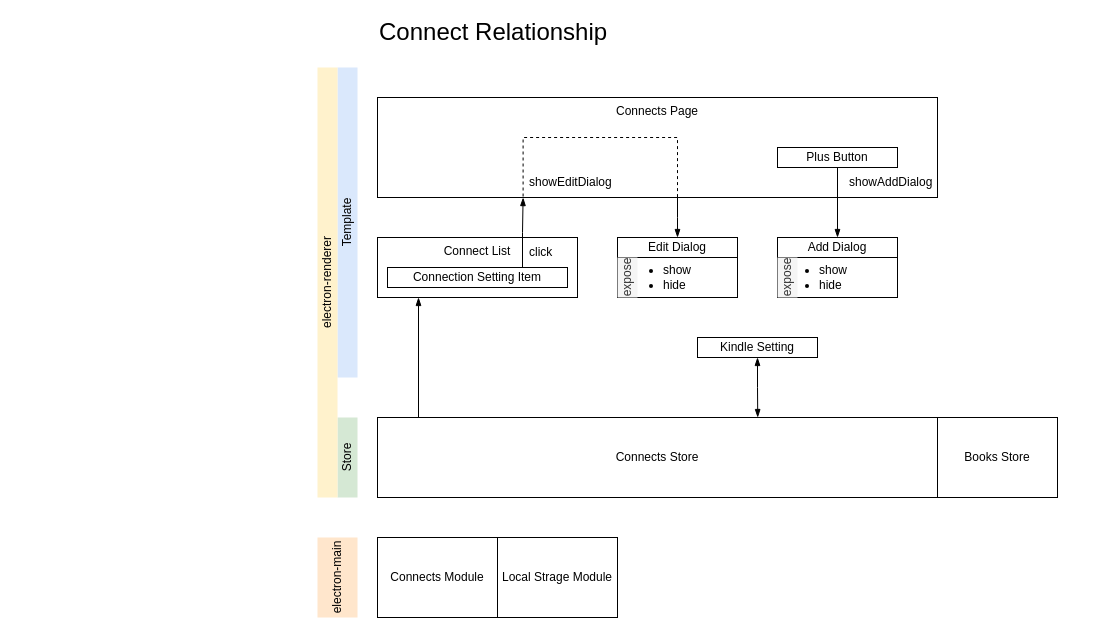
Above: doc/design/ConnectsPage.drawio in sway11466/bookrium (draw.io), before the change. Source tidied: cells renumbered, new cells numbered last; positions are measured from the earlier drawing's top-left corner, leaving out a move shared by most shapes. Both pictures are drawn from the tidied source at 100%, with x=0, y=0 at pixel (317, 17).
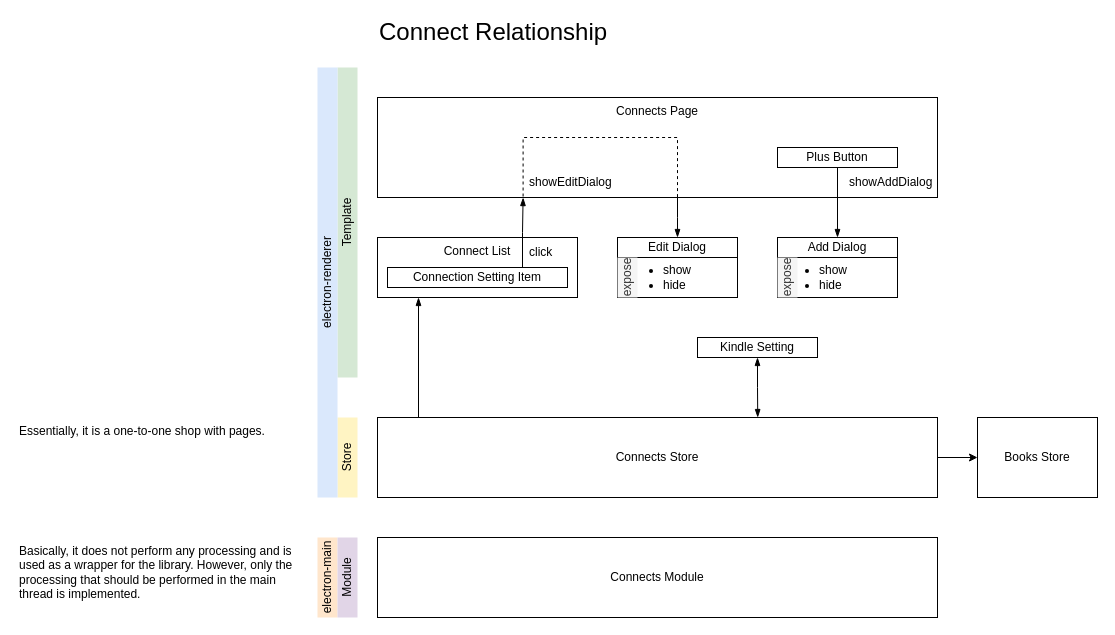
The same diagram, later.

The change refers to these unchanged cells:
```xml
<mxCell id="22" value="Connects Store" style="rounded=0;whiteSpace=wrap;html=1;" parent="1" vertex="1">
  <mxGeometry x="60" y="400" width="560" height="80" as="geometry" />
</mxCell>
```

Change to the diagram source:
```diff
@@
+    <mxCell id="32" style="edgeStyle=orthogonalEdgeStyle;rounded=0;jettySize=auto;html=1;entryX=0;entryY=0.5;entryDx=0;entryDy=0;" parent="1" edge="1" source="22" target="29">
+      <mxGeometry relative="1" as="geometry" />
+    </mxCell>
@@
-    <mxCell id="23" value="Template" style="rounded=0;whiteSpace=wrap;html=1;strokeColor=none;fillColor=#dae8fc;verticalAlign=middle;horizontal=0;" parent="1" vertex="1">
+    <mxCell id="23" value="Template" style="rounded=0;whiteSpace=wrap;html=1;strokeColor=none;fillColor=#D5E8D4;verticalAlign=middle;horizontal=0;" parent="1" vertex="1">
       <mxGeometry x="20" y="50" width="20" height="310" as="geometry" />
     </mxCell>
-    <mxCell id="24" value="Store" style="rounded=0;whiteSpace=wrap;html=1;strokeColor=none;fillColor=#d5e8d4;horizontal=0;" parent="1" vertex="1">
+    <mxCell id="24" value="Store" style="rounded=0;whiteSpace=wrap;html=1;strokeColor=none;fillColor=#FFF4C3;horizontal=0;" parent="1" vertex="1">
       <mxGeometry x="20" y="400" width="20" height="80" as="geometry" />
     </mxCell>
-    <mxCell id="25" value="electron-renderer" style="rounded=0;whiteSpace=wrap;html=1;strokeColor=none;fillColor=#fff2cc;horizontal=0;" parent="1" vertex="1">
+    <mxCell id="25" value="electron-renderer" style="rounded=0;whiteSpace=wrap;html=1;strokeColor=none;fillColor=#dae8fc;horizontal=0;" parent="1" vertex="1">
       <mxGeometry y="50" width="20" height="430" as="geometry" />
     </mxCell>
     <mxCell id="26" value="electron-main" style="rounded=0;whiteSpace=wrap;html=1;strokeColor=none;fillColor=#ffe6cc;horizontal=0;" parent="1" vertex="1">
-      <mxGeometry y="520" width="40" height="80" as="geometry" />
+      <mxGeometry y="520" width="20" height="80" as="geometry" />
     </mxCell>
     <mxCell id="27" value="Connects Module" style="rounded=0;whiteSpace=wrap;html=1;" parent="1" vertex="1">
-      <mxGeometry x="60" y="520" width="120" height="80" as="geometry" />
+      <mxGeometry x="60" y="520" width="560" height="80" as="geometry" />
     </mxCell>
-    <mxCell id="28" value="Local Strage Module" style="rounded=0;whiteSpace=wrap;html=1;" parent="1" vertex="1">
-      <mxGeometry x="180" y="520" width="120" height="80" as="geometry" />
-    </mxCell>
     <mxCell id="29" value="Books Store" style="rounded=0;whiteSpace=wrap;html=1;" parent="1" vertex="1">
-      <mxGeometry x="620" y="400" width="120" height="80" as="geometry" />
+      <mxGeometry x="660" y="400" width="120" height="80" as="geometry" />
     </mxCell>
@@
+    <mxCell id="33" value="Module" style="rounded=0;whiteSpace=wrap;html=1;strokeColor=none;fillColor=#E1D5E7;horizontal=0;fillStyle=auto;" parent="1" vertex="1">
+      <mxGeometry x="20" y="520" width="20" height="80" as="geometry" />
+    </mxCell>
+    <mxCell id="34" value="Basically, it does not perform any processing and is used as a wrapper for the library. However, only the processing that should be performed in the main thread is implemented." style="text;whiteSpace=wrap;html=1;" parent="1" vertex="1">
+      <mxGeometry x="-300" y="520" width="280" height="80" as="geometry" />
+    </mxCell>
+    <mxCell id="35" value="Essentially, it is a one-to-one shop with pages." style="text;whiteSpace=wrap;html=1;" parent="1" vertex="1">
+      <mxGeometry x="-300" y="400" width="280" height="40" as="geometry" />
+    </mxCell>
```
